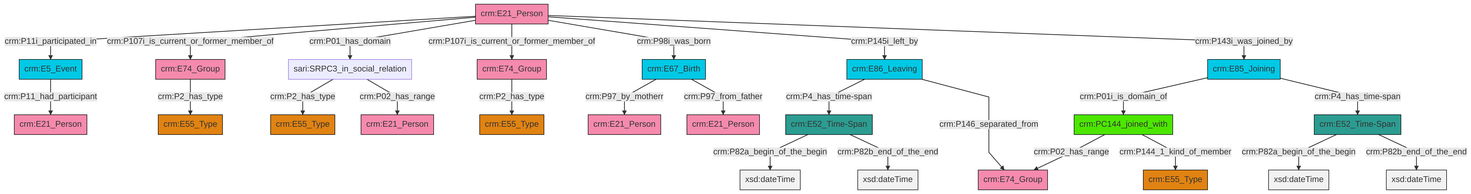
swiss-art-research-net/docs.swissartresearch keeps this Mermaid diagram as et/personCSV/ttl/mmd/png/Person_Actor_Relations.png. Above is the earlier version. Its source is kept beside it as et/personCSV/ttl/mmd/Person_Actor_Relations.ttl.mmd. Its diagram source:
```mermaid
graph TD
classDef Literal fill:#f2f2f2,stroke:#000000;
classDef CRM_Entity fill:#FFFFFF,stroke:#000000;
classDef Temporal_Entity fill:#00C9E6, stroke:#000000;
classDef Type fill:#E18312, stroke:#000000;
classDef Time-Span fill:#2C9C91, stroke:#000000;
classDef Appellation fill:#FFEB7F, stroke:#000000;
classDef Place fill:#008836, stroke:#000000;
classDef Persistent_Item fill:#B266B2, stroke:#000000;
classDef Conceptual_Object fill:#FFD700, stroke:#000000;
classDef Physical_Thing fill:#D2B48C, stroke:#000000;
classDef Actor fill:#f58aad, stroke:#000000;
classDef PC_Classes fill:#4ce600, stroke:#000000;
classDef Multi fill:#cccccc,stroke:#000000;

2["crm:E85_Joining"]:::Temporal_Entity -->|crm:P01i_is_domain_of| 3["crm:PC144_joined_with"]:::PC_Classes
4["crm:E86_Leaving"]:::Temporal_Entity -->|crm:P4_has_time-span| 5["crm:E52_Time-Span"]:::Time-Span
10["crm:E52_Time-Span"]:::Time-Span -->|crm:P82a_begin_of_the_begin| 11[xsd:dateTime]:::Literal
18["crm:E21_Person"]:::Actor -->|crm:P11i_participated_in| 19["crm:E5_Event"]:::Temporal_Entity
18["crm:E21_Person"]:::Actor -->|crm:P107i_is_current_or_former_member_of| 20["crm:E74_Group"]:::Actor
22["sari:SRPC3_in_social_relation"]:::Default -->|crm:P2_has_type| 12["crm:E55_Type"]:::Type
3["crm:PC144_joined_with"]:::PC_Classes -->|crm:P02_has_range| 23["crm:E74_Group"]:::Actor
18["crm:E21_Person"]:::Actor -->|crm:P01_has_domain| 22["sari:SRPC3_in_social_relation"]:::Default
18["crm:E21_Person"]:::Actor -->|crm:P107i_is_current_or_former_member_of| 8["crm:E74_Group"]:::Actor
5["crm:E52_Time-Span"]:::Time-Span -->|crm:P82a_begin_of_the_begin| 26[xsd:dateTime]:::Literal
2["crm:E85_Joining"]:::Temporal_Entity -->|crm:P4_has_time-span| 10["crm:E52_Time-Span"]:::Time-Span
22["sari:SRPC3_in_social_relation"]:::Default -->|crm:P02_has_range| 16["crm:E21_Person"]:::Actor
8["crm:E74_Group"]:::Actor -->|crm:P2_has_type| 6["crm:E55_Type"]:::Type
5["crm:E52_Time-Span"]:::Time-Span -->|crm:P82b_end_of_the_end| 31[xsd:dateTime]:::Literal
4["crm:E86_Leaving"]:::Temporal_Entity -->|crm:P146_separated_from| 23["crm:E74_Group"]:::Actor
18["crm:E21_Person"]:::Actor -->|crm:P98i_was_born| 0["crm:E67_Birth"]:::Temporal_Entity
18["crm:E21_Person"]:::Actor -->|crm:P145i_left_by| 4["crm:E86_Leaving"]:::Temporal_Entity
3["crm:PC144_joined_with"]:::PC_Classes -->|crm:P144_1_kind_of_member| 38["crm:E55_Type"]:::Type
10["crm:E52_Time-Span"]:::Time-Span -->|crm:P82b_end_of_the_end| 39[xsd:dateTime]:::Literal
0["crm:E67_Birth"]:::Temporal_Entity -->|crm:P97_by_motherr| 27["crm:E21_Person"]:::Actor
18["crm:E21_Person"]:::Actor -->|crm:P143i_was_joined_by| 2["crm:E85_Joining"]:::Temporal_Entity
0["crm:E67_Birth"]:::Temporal_Entity -->|crm:P97_from_father| 34["crm:E21_Person"]:::Actor
19["crm:E5_Event"]:::Temporal_Entity -->|crm:P11_had_participant| 32["crm:E21_Person"]:::Actor
20["crm:E74_Group"]:::Actor -->|crm:P2_has_type| 14["crm:E55_Type"]:::Type
```
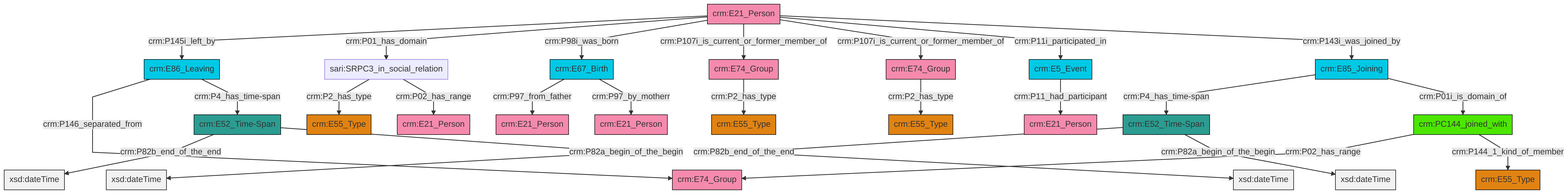
The same diagram one commit later.

Change to the diagram source:
```diff
@@ -13,27 +13,27 @@
 classDef PC_Classes fill:#4ce600, stroke:#000000;
 classDef Multi fill:#cccccc,stroke:#000000;
 
-2["crm:E85_Joining"]:::Temporal_Entity -->|crm:P01i_is_domain_of| 3["crm:PC144_joined_with"]:::PC_Classes
-4["crm:E86_Leaving"]:::Temporal_Entity -->|crm:P4_has_time-span| 5["crm:E52_Time-Span"]:::Time-Span
-10["crm:E52_Time-Span"]:::Time-Span -->|crm:P82a_begin_of_the_begin| 11[xsd:dateTime]:::Literal
-18["crm:E21_Person"]:::Actor -->|crm:P11i_participated_in| 19["crm:E5_Event"]:::Temporal_Entity
-18["crm:E21_Person"]:::Actor -->|crm:P107i_is_current_or_former_member_of| 20["crm:E74_Group"]:::Actor
-22["sari:SRPC3_in_social_relation"]:::Default -->|crm:P2_has_type| 12["crm:E55_Type"]:::Type
-3["crm:PC144_joined_with"]:::PC_Classes -->|crm:P02_has_range| 23["crm:E74_Group"]:::Actor
-18["crm:E21_Person"]:::Actor -->|crm:P01_has_domain| 22["sari:SRPC3_in_social_relation"]:::Default
-18["crm:E21_Person"]:::Actor -->|crm:P107i_is_current_or_former_member_of| 8["crm:E74_Group"]:::Actor
-5["crm:E52_Time-Span"]:::Time-Span -->|crm:P82a_begin_of_the_begin| 26[xsd:dateTime]:::Literal
-2["crm:E85_Joining"]:::Temporal_Entity -->|crm:P4_has_time-span| 10["crm:E52_Time-Span"]:::Time-Span
-22["sari:SRPC3_in_social_relation"]:::Default -->|crm:P02_has_range| 16["crm:E21_Person"]:::Actor
-8["crm:E74_Group"]:::Actor -->|crm:P2_has_type| 6["crm:E55_Type"]:::Type
-5["crm:E52_Time-Span"]:::Time-Span -->|crm:P82b_end_of_the_end| 31[xsd:dateTime]:::Literal
-4["crm:E86_Leaving"]:::Temporal_Entity -->|crm:P146_separated_from| 23["crm:E74_Group"]:::Actor
-18["crm:E21_Person"]:::Actor -->|crm:P98i_was_born| 0["crm:E67_Birth"]:::Temporal_Entity
-18["crm:E21_Person"]:::Actor -->|crm:P145i_left_by| 4["crm:E86_Leaving"]:::Temporal_Entity
-3["crm:PC144_joined_with"]:::PC_Classes -->|crm:P144_1_kind_of_member| 38["crm:E55_Type"]:::Type
-10["crm:E52_Time-Span"]:::Time-Span -->|crm:P82b_end_of_the_end| 39[xsd:dateTime]:::Literal
-0["crm:E67_Birth"]:::Temporal_Entity -->|crm:P97_by_motherr| 27["crm:E21_Person"]:::Actor
-18["crm:E21_Person"]:::Actor -->|crm:P143i_was_joined_by| 2["crm:E85_Joining"]:::Temporal_Entity
-0["crm:E67_Birth"]:::Temporal_Entity -->|crm:P97_from_father| 34["crm:E21_Person"]:::Actor
-19["crm:E5_Event"]:::Temporal_Entity -->|crm:P11_had_participant| 32["crm:E21_Person"]:::Actor
-20["crm:E74_Group"]:::Actor -->|crm:P2_has_type| 14["crm:E55_Type"]:::Type
+2["crm:E74_Group"]:::Actor -->|crm:P2_has_type| 3["crm:E55_Type"]:::Type
+10["sari:SRPC3_in_social_relation"]:::Default -->|crm:P2_has_type| 11["crm:E55_Type"]:::Type
+13["crm:E21_Person"]:::Actor -->|crm:P145i_left_by| 14["crm:E86_Leaving"]:::Temporal_Entity
+13["crm:E21_Person"]:::Actor -->|crm:P01_has_domain| 10["sari:SRPC3_in_social_relation"]:::Default
+19["crm:E5_Event"]:::Temporal_Entity -->|crm:P11_had_participant| 20["crm:E21_Person"]:::Actor
+13["crm:E21_Person"]:::Actor -->|crm:P98i_was_born| 21["crm:E67_Birth"]:::Temporal_Entity
+14["crm:E86_Leaving"]:::Temporal_Entity -->|crm:P146_separated_from| 25["crm:E74_Group"]:::Actor
+0["crm:E52_Time-Span"]:::Time-Span -->|crm:P82b_end_of_the_end| 26[xsd:dateTime]:::Literal
+15["crm:E74_Group"]:::Actor -->|crm:P2_has_type| 6["crm:E55_Type"]:::Type
+13["crm:E21_Person"]:::Actor -->|crm:P107i_is_current_or_former_member_of| 15["crm:E74_Group"]:::Actor
+13["crm:E21_Person"]:::Actor -->|crm:P107i_is_current_or_former_member_of| 2["crm:E74_Group"]:::Actor
+21["crm:E67_Birth"]:::Temporal_Entity -->|crm:P97_from_father| 8["crm:E21_Person"]:::Actor
+21["crm:E67_Birth"]:::Temporal_Entity -->|crm:P97_by_motherr| 29["crm:E21_Person"]:::Actor
+14["crm:E86_Leaving"]:::Temporal_Entity -->|crm:P4_has_time-span| 30["crm:E52_Time-Span"]:::Time-Span
+30["crm:E52_Time-Span"]:::Time-Span -->|crm:P82b_end_of_the_end| 32[xsd:dateTime]:::Literal
+13["crm:E21_Person"]:::Actor -->|crm:P11i_participated_in| 19["crm:E5_Event"]:::Temporal_Entity
+34["crm:PC144_joined_with"]:::PC_Classes -->|crm:P02_has_range| 25["crm:E74_Group"]:::Actor
+13["crm:E21_Person"]:::Actor -->|crm:P143i_was_joined_by| 23["crm:E85_Joining"]:::Temporal_Entity
+10["sari:SRPC3_in_social_relation"]:::Default -->|crm:P02_has_range| 36["crm:E21_Person"]:::Actor
+23["crm:E85_Joining"]:::Temporal_Entity -->|crm:P4_has_time-span| 0["crm:E52_Time-Span"]:::Time-Span
+23["crm:E85_Joining"]:::Temporal_Entity -->|crm:P01i_is_domain_of| 34["crm:PC144_joined_with"]:::PC_Classes
+30["crm:E52_Time-Span"]:::Time-Span -->|crm:P82a_begin_of_the_begin| 38[xsd:dateTime]:::Literal
+34["crm:PC144_joined_with"]:::PC_Classes -->|crm:P144_1_kind_of_member| 4["crm:E55_Type"]:::Type
+0["crm:E52_Time-Span"]:::Time-Span -->|crm:P82a_begin_of_the_begin| 41[xsd:dateTime]:::Literal
```
